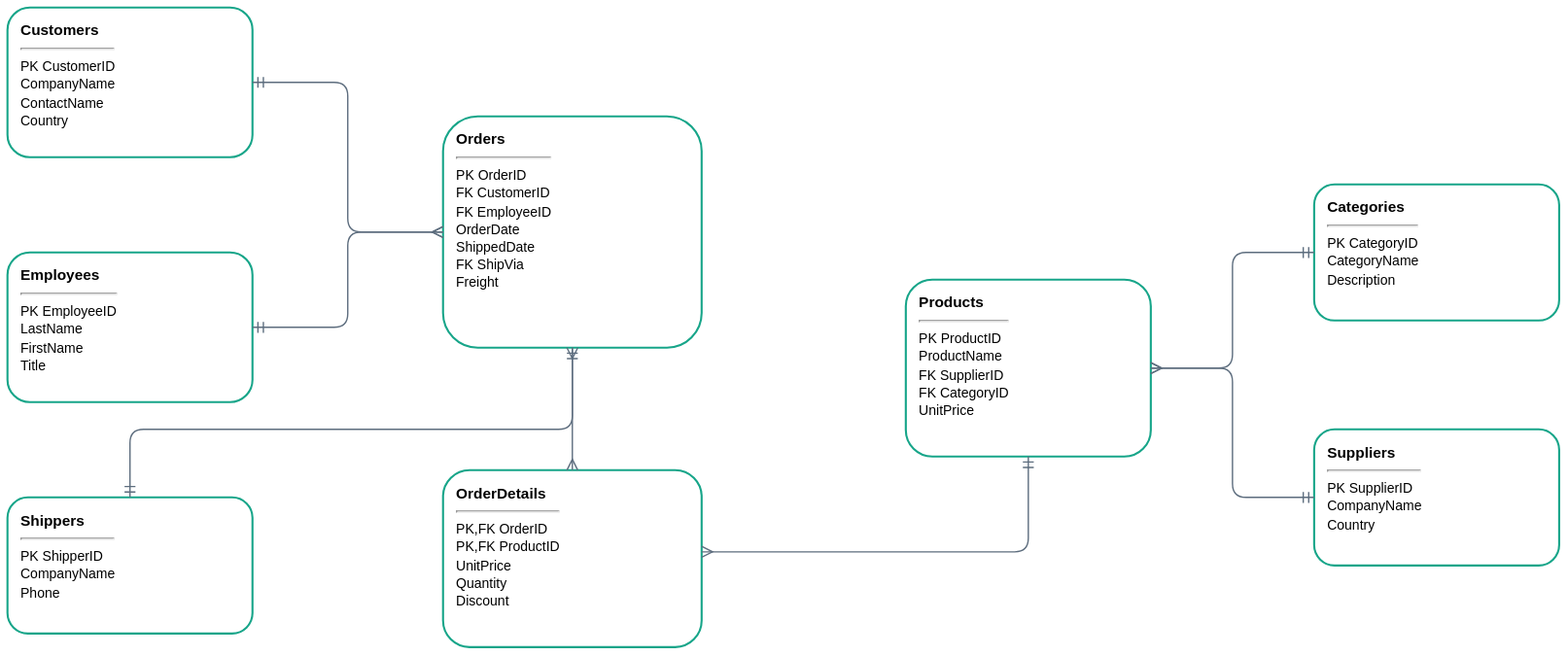
mmcodesso/Accounting_Analytics keeps this draw.io diagram as visuals/ch01/fig-01-04-northwind-er.svg. Above is the earlier version. Source tidied: cells renumbered, new cells last; positions are measured from the earlier drawing's top-left corner, leaving out a move shared by most shapes. The source it was exported from:
```xml
<mxGraphModel>
  <root>
    <mxCell id="0" />
    <mxCell id="1" parent="0" />
    <mxCell id="2" value="&lt;b&gt;Customers&lt;/b&gt;&lt;hr&gt;&lt;font style='font-size:10px'&gt;PK CustomerID&lt;br&gt;CompanyName&lt;br&gt;ContactName&lt;br&gt;Country&lt;/font&gt;" style="rounded=1;whiteSpace=wrap;html=1;fillColor=#FFFFFF;strokeColor=#17A589;strokeWidth=1.5;fontSize=11;fontFamily=Arial;align=left;spacingLeft=8;verticalAlign=top;spacingTop=4;" parent="1" vertex="1">
      <mxGeometry width="180" height="110" as="geometry" />
    </mxCell>
    <mxCell id="3" value="&lt;b&gt;Employees&lt;/b&gt;&lt;hr&gt;&lt;font style='font-size:10px'&gt;PK EmployeeID&lt;br&gt;LastName&lt;br&gt;FirstName&lt;br&gt;Title&lt;/font&gt;" style="rounded=1;whiteSpace=wrap;html=1;fillColor=#FFFFFF;strokeColor=#17A589;strokeWidth=1.5;fontSize=11;fontFamily=Arial;align=left;spacingLeft=8;verticalAlign=top;spacingTop=4;" parent="1" vertex="1">
      <mxGeometry y="180" width="180" height="110" as="geometry" />
    </mxCell>
    <mxCell id="4" value="&lt;b&gt;Shippers&lt;/b&gt;&lt;hr&gt;&lt;font style='font-size:10px'&gt;PK ShipperID&lt;br&gt;CompanyName&lt;br&gt;Phone&lt;/font&gt;" style="rounded=1;whiteSpace=wrap;html=1;fillColor=#FFFFFF;strokeColor=#17A589;strokeWidth=1.5;fontSize=11;fontFamily=Arial;align=left;spacingLeft=8;verticalAlign=top;spacingTop=4;" parent="1" vertex="1">
      <mxGeometry y="360" width="180" height="100" as="geometry" />
    </mxCell>
    <mxCell id="5" value="&lt;b&gt;Orders&lt;/b&gt;&lt;hr&gt;&lt;font style='font-size:10px'&gt;PK OrderID&lt;br&gt;FK CustomerID&lt;br&gt;FK EmployeeID&lt;br&gt;OrderDate&lt;br&gt;ShippedDate&lt;br&gt;FK ShipVia&lt;br&gt;Freight&lt;/font&gt;" style="rounded=1;whiteSpace=wrap;html=1;fillColor=#FFFFFF;strokeColor=#17A589;strokeWidth=1.5;fontSize=11;fontFamily=Arial;align=left;spacingLeft=8;verticalAlign=top;spacingTop=4;" parent="1" vertex="1">
      <mxGeometry x="320" y="80" width="190" height="170" as="geometry" />
    </mxCell>
    <mxCell id="6" value="&lt;b&gt;OrderDetails&lt;/b&gt;&lt;hr&gt;&lt;font style='font-size:10px'&gt;PK,FK OrderID&lt;br&gt;PK,FK ProductID&lt;br&gt;UnitPrice&lt;br&gt;Quantity&lt;br&gt;Discount&lt;/font&gt;" style="rounded=1;whiteSpace=wrap;html=1;fillColor=#FFFFFF;strokeColor=#17A589;strokeWidth=1.5;fontSize=11;fontFamily=Arial;align=left;spacingLeft=8;verticalAlign=top;spacingTop=4;" parent="1" vertex="1">
      <mxGeometry x="320" y="340" width="190" height="130" as="geometry" />
    </mxCell>
    <mxCell id="7" value="&lt;b&gt;Products&lt;/b&gt;&lt;hr&gt;&lt;font style='font-size:10px'&gt;PK ProductID&lt;br&gt;ProductName&lt;br&gt;FK SupplierID&lt;br&gt;FK CategoryID&lt;br&gt;UnitPrice&lt;/font&gt;" style="rounded=1;whiteSpace=wrap;html=1;fillColor=#FFFFFF;strokeColor=#17A589;strokeWidth=1.5;fontSize=11;fontFamily=Arial;align=left;spacingLeft=8;verticalAlign=top;spacingTop=4;" parent="1" vertex="1">
      <mxGeometry x="660" y="200" width="180" height="130" as="geometry" />
    </mxCell>
    <mxCell id="8" value="&lt;b&gt;Categories&lt;/b&gt;&lt;hr&gt;&lt;font style='font-size:10px'&gt;PK CategoryID&lt;br&gt;CategoryName&lt;br&gt;Description&lt;/font&gt;" style="rounded=1;whiteSpace=wrap;html=1;fillColor=#FFFFFF;strokeColor=#17A589;strokeWidth=1.5;fontSize=11;fontFamily=Arial;align=left;spacingLeft=8;verticalAlign=top;spacingTop=4;" parent="1" vertex="1">
      <mxGeometry x="960" y="130" width="180" height="100" as="geometry" />
    </mxCell>
    <mxCell id="9" value="&lt;b&gt;Suppliers&lt;/b&gt;&lt;hr&gt;&lt;font style='font-size:10px'&gt;PK SupplierID&lt;br&gt;CompanyName&lt;br&gt;Country&lt;/font&gt;" style="rounded=1;whiteSpace=wrap;html=1;fillColor=#FFFFFF;strokeColor=#17A589;strokeWidth=1.5;fontSize=11;fontFamily=Arial;align=left;spacingLeft=8;verticalAlign=top;spacingTop=4;" parent="1" vertex="1">
      <mxGeometry x="960" y="310" width="180" height="100" as="geometry" />
    </mxCell>
    <mxCell id="10" style="edgeStyle=orthogonalEdgeStyle;endArrow=ERmany;startArrow=ERmandOne;strokeColor=#5D6D7E;strokeWidth=1;" parent="1" edge="1" source="2" target="5">
      <mxGeometry relative="1" as="geometry" />
    </mxCell>
    <mxCell id="11" style="edgeStyle=orthogonalEdgeStyle;endArrow=ERmany;startArrow=ERmandOne;strokeColor=#5D6D7E;strokeWidth=1;" parent="1" edge="1" source="3" target="5">
      <mxGeometry relative="1" as="geometry" />
    </mxCell>
    <mxCell id="12" style="edgeStyle=orthogonalEdgeStyle;endArrow=ERmany;startArrow=ERmandOne;strokeColor=#5D6D7E;strokeWidth=1;" parent="1" edge="1" source="4" target="5">
      <mxGeometry relative="1" as="geometry">
        <Array as="points">
          <mxPoint x="90" y="310" />
          <mxPoint x="415" y="310" />
        </Array>
      </mxGeometry>
    </mxCell>
    <mxCell id="13" style="edgeStyle=orthogonalEdgeStyle;endArrow=ERmany;startArrow=ERmandOne;strokeColor=#5D6D7E;strokeWidth=1;" parent="1" edge="1" source="5" target="6">
      <mxGeometry relative="1" as="geometry" />
    </mxCell>
    <mxCell id="14" style="edgeStyle=orthogonalEdgeStyle;endArrow=ERmany;startArrow=ERmandOne;strokeColor=#5D6D7E;strokeWidth=1;" parent="1" edge="1" source="7" target="6">
      <mxGeometry relative="1" as="geometry">
        <Array as="points">
          <mxPoint x="750" y="400" />
        </Array>
      </mxGeometry>
    </mxCell>
    <mxCell id="15" style="edgeStyle=orthogonalEdgeStyle;endArrow=ERmany;startArrow=ERmandOne;strokeColor=#5D6D7E;strokeWidth=1;" parent="1" edge="1" source="8" target="7">
      <mxGeometry relative="1" as="geometry" />
    </mxCell>
    <mxCell id="16" style="edgeStyle=orthogonalEdgeStyle;endArrow=ERmany;startArrow=ERmandOne;strokeColor=#5D6D7E;strokeWidth=1;" parent="1" edge="1" source="9" target="7">
      <mxGeometry relative="1" as="geometry" />
    </mxCell>
  </root>
</mxGraphModel>
```
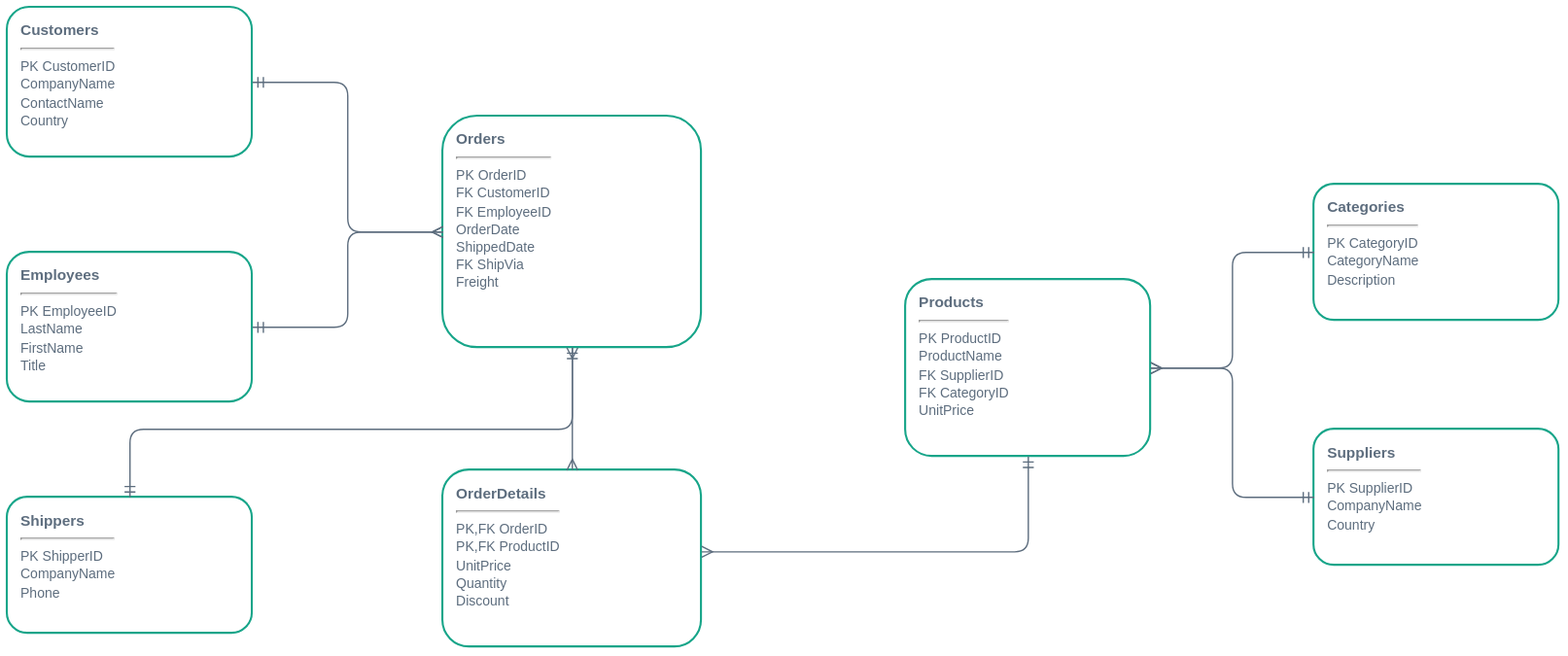
After the commit.

Commit message:
adjusted figures ch01

Change to the diagram source:
```diff
@@ -2,37 +2,37 @@
   <root>
     <mxCell id="0" />
     <mxCell id="1" parent="0" />
-    <mxCell id="2" value="&lt;b&gt;Customers&lt;/b&gt;&lt;hr&gt;&lt;font style='font-size:10px'&gt;PK CustomerID&lt;br&gt;CompanyName&lt;br&gt;ContactName&lt;br&gt;Country&lt;/font&gt;" style="rounded=1;whiteSpace=wrap;html=1;fillColor=#FFFFFF;strokeColor=#17A589;strokeWidth=1.5;fontSize=11;fontFamily=Arial;align=left;spacingLeft=8;verticalAlign=top;spacingTop=4;" parent="1" vertex="1">
+    <mxCell id="2" value="&lt;b&gt;Customers&lt;/b&gt;&lt;hr&gt;&lt;font style=&quot;font-size:10px&quot;&gt;PK CustomerID&lt;br&gt;CompanyName&lt;br&gt;ContactName&lt;br&gt;Country&lt;/font&gt;" style="rounded=1;whiteSpace=wrap;html=1;fillColor=#FFFFFF;strokeColor=#17A589;strokeWidth=1.5;fontSize=11;fontFamily=Arial;align=left;spacingLeft=8;verticalAlign=top;spacingTop=4;fontColor=#5D6D7E;" parent="1" vertex="1">
       <mxGeometry width="180" height="110" as="geometry" />
     </mxCell>
-    <mxCell id="3" value="&lt;b&gt;Employees&lt;/b&gt;&lt;hr&gt;&lt;font style='font-size:10px'&gt;PK EmployeeID&lt;br&gt;LastName&lt;br&gt;FirstName&lt;br&gt;Title&lt;/font&gt;" style="rounded=1;whiteSpace=wrap;html=1;fillColor=#FFFFFF;strokeColor=#17A589;strokeWidth=1.5;fontSize=11;fontFamily=Arial;align=left;spacingLeft=8;verticalAlign=top;spacingTop=4;" parent="1" vertex="1">
+    <mxCell id="3" value="&lt;b&gt;Employees&lt;/b&gt;&lt;hr&gt;&lt;font style=&quot;font-size:10px&quot;&gt;PK EmployeeID&lt;br&gt;LastName&lt;br&gt;FirstName&lt;br&gt;Title&lt;/font&gt;" style="rounded=1;whiteSpace=wrap;html=1;fillColor=#FFFFFF;strokeColor=#17A589;strokeWidth=1.5;fontSize=11;fontFamily=Arial;align=left;spacingLeft=8;verticalAlign=top;spacingTop=4;fontColor=#5D6D7E;" parent="1" vertex="1">
       <mxGeometry y="180" width="180" height="110" as="geometry" />
     </mxCell>
-    <mxCell id="4" value="&lt;b&gt;Shippers&lt;/b&gt;&lt;hr&gt;&lt;font style='font-size:10px'&gt;PK ShipperID&lt;br&gt;CompanyName&lt;br&gt;Phone&lt;/font&gt;" style="rounded=1;whiteSpace=wrap;html=1;fillColor=#FFFFFF;strokeColor=#17A589;strokeWidth=1.5;fontSize=11;fontFamily=Arial;align=left;spacingLeft=8;verticalAlign=top;spacingTop=4;" parent="1" vertex="1">
+    <mxCell id="4" value="&lt;b&gt;Shippers&lt;/b&gt;&lt;hr&gt;&lt;font style=&quot;font-size:10px&quot;&gt;PK ShipperID&lt;br&gt;CompanyName&lt;br&gt;Phone&lt;/font&gt;" style="rounded=1;whiteSpace=wrap;html=1;fillColor=#FFFFFF;strokeColor=#17A589;strokeWidth=1.5;fontSize=11;fontFamily=Arial;align=left;spacingLeft=8;verticalAlign=top;spacingTop=4;fontColor=#5D6D7E;" parent="1" vertex="1">
       <mxGeometry y="360" width="180" height="100" as="geometry" />
     </mxCell>
-    <mxCell id="5" value="&lt;b&gt;Orders&lt;/b&gt;&lt;hr&gt;&lt;font style='font-size:10px'&gt;PK OrderID&lt;br&gt;FK CustomerID&lt;br&gt;FK EmployeeID&lt;br&gt;OrderDate&lt;br&gt;ShippedDate&lt;br&gt;FK ShipVia&lt;br&gt;Freight&lt;/font&gt;" style="rounded=1;whiteSpace=wrap;html=1;fillColor=#FFFFFF;strokeColor=#17A589;strokeWidth=1.5;fontSize=11;fontFamily=Arial;align=left;spacingLeft=8;verticalAlign=top;spacingTop=4;" parent="1" vertex="1">
+    <mxCell id="5" value="&lt;b&gt;Orders&lt;/b&gt;&lt;hr&gt;&lt;font style=&quot;font-size:10px&quot;&gt;PK OrderID&lt;br&gt;FK CustomerID&lt;br&gt;FK EmployeeID&lt;br&gt;OrderDate&lt;br&gt;ShippedDate&lt;br&gt;FK ShipVia&lt;br&gt;Freight&lt;/font&gt;" style="rounded=1;whiteSpace=wrap;html=1;fillColor=#FFFFFF;strokeColor=#17A589;strokeWidth=1.5;fontSize=11;fontFamily=Arial;align=left;spacingLeft=8;verticalAlign=top;spacingTop=4;fontColor=#5D6D7E;" parent="1" vertex="1">
       <mxGeometry x="320" y="80" width="190" height="170" as="geometry" />
     </mxCell>
-    <mxCell id="6" value="&lt;b&gt;OrderDetails&lt;/b&gt;&lt;hr&gt;&lt;font style='font-size:10px'&gt;PK,FK OrderID&lt;br&gt;PK,FK ProductID&lt;br&gt;UnitPrice&lt;br&gt;Quantity&lt;br&gt;Discount&lt;/font&gt;" style="rounded=1;whiteSpace=wrap;html=1;fillColor=#FFFFFF;strokeColor=#17A589;strokeWidth=1.5;fontSize=11;fontFamily=Arial;align=left;spacingLeft=8;verticalAlign=top;spacingTop=4;" parent="1" vertex="1">
+    <mxCell id="6" value="&lt;b&gt;OrderDetails&lt;/b&gt;&lt;hr&gt;&lt;font style=&quot;font-size:10px&quot;&gt;PK,FK OrderID&lt;br&gt;PK,FK ProductID&lt;br&gt;UnitPrice&lt;br&gt;Quantity&lt;br&gt;Discount&lt;/font&gt;" style="rounded=1;whiteSpace=wrap;html=1;fillColor=#FFFFFF;strokeColor=#17A589;strokeWidth=1.5;fontSize=11;fontFamily=Arial;align=left;spacingLeft=8;verticalAlign=top;spacingTop=4;fontColor=#5D6D7E;" parent="1" vertex="1">
       <mxGeometry x="320" y="340" width="190" height="130" as="geometry" />
     </mxCell>
-    <mxCell id="7" value="&lt;b&gt;Products&lt;/b&gt;&lt;hr&gt;&lt;font style='font-size:10px'&gt;PK ProductID&lt;br&gt;ProductName&lt;br&gt;FK SupplierID&lt;br&gt;FK CategoryID&lt;br&gt;UnitPrice&lt;/font&gt;" style="rounded=1;whiteSpace=wrap;html=1;fillColor=#FFFFFF;strokeColor=#17A589;strokeWidth=1.5;fontSize=11;fontFamily=Arial;align=left;spacingLeft=8;verticalAlign=top;spacingTop=4;" parent="1" vertex="1">
+    <mxCell id="7" value="&lt;b&gt;Products&lt;/b&gt;&lt;hr&gt;&lt;font style=&quot;font-size:10px&quot;&gt;PK ProductID&lt;br&gt;ProductName&lt;br&gt;FK SupplierID&lt;br&gt;FK CategoryID&lt;br&gt;UnitPrice&lt;/font&gt;" style="rounded=1;whiteSpace=wrap;html=1;fillColor=#FFFFFF;strokeColor=#17A589;strokeWidth=1.5;fontSize=11;fontFamily=Arial;align=left;spacingLeft=8;verticalAlign=top;spacingTop=4;fontColor=#5D6D7E;" parent="1" vertex="1">
       <mxGeometry x="660" y="200" width="180" height="130" as="geometry" />
     </mxCell>
-    <mxCell id="8" value="&lt;b&gt;Categories&lt;/b&gt;&lt;hr&gt;&lt;font style='font-size:10px'&gt;PK CategoryID&lt;br&gt;CategoryName&lt;br&gt;Description&lt;/font&gt;" style="rounded=1;whiteSpace=wrap;html=1;fillColor=#FFFFFF;strokeColor=#17A589;strokeWidth=1.5;fontSize=11;fontFamily=Arial;align=left;spacingLeft=8;verticalAlign=top;spacingTop=4;" parent="1" vertex="1">
+    <mxCell id="8" value="&lt;b&gt;Categories&lt;/b&gt;&lt;hr&gt;&lt;font style=&quot;font-size:10px&quot;&gt;PK CategoryID&lt;br&gt;CategoryName&lt;br&gt;Description&lt;/font&gt;" style="rounded=1;whiteSpace=wrap;html=1;fillColor=#FFFFFF;strokeColor=#17A589;strokeWidth=1.5;fontSize=11;fontFamily=Arial;align=left;spacingLeft=8;verticalAlign=top;spacingTop=4;fontColor=#5D6D7E;" parent="1" vertex="1">
       <mxGeometry x="960" y="130" width="180" height="100" as="geometry" />
     </mxCell>
-    <mxCell id="9" value="&lt;b&gt;Suppliers&lt;/b&gt;&lt;hr&gt;&lt;font style='font-size:10px'&gt;PK SupplierID&lt;br&gt;CompanyName&lt;br&gt;Country&lt;/font&gt;" style="rounded=1;whiteSpace=wrap;html=1;fillColor=#FFFFFF;strokeColor=#17A589;strokeWidth=1.5;fontSize=11;fontFamily=Arial;align=left;spacingLeft=8;verticalAlign=top;spacingTop=4;" parent="1" vertex="1">
+    <mxCell id="9" value="&lt;b&gt;Suppliers&lt;/b&gt;&lt;hr&gt;&lt;font style=&quot;font-size:10px&quot;&gt;PK SupplierID&lt;br&gt;CompanyName&lt;br&gt;Country&lt;/font&gt;" style="rounded=1;whiteSpace=wrap;html=1;fillColor=#FFFFFF;strokeColor=#17A589;strokeWidth=1.5;fontSize=11;fontFamily=Arial;align=left;spacingLeft=8;verticalAlign=top;spacingTop=4;fontColor=#5D6D7E;" parent="1" vertex="1">
       <mxGeometry x="960" y="310" width="180" height="100" as="geometry" />
     </mxCell>
-    <mxCell id="10" style="edgeStyle=orthogonalEdgeStyle;endArrow=ERmany;startArrow=ERmandOne;strokeColor=#5D6D7E;strokeWidth=1;" parent="1" edge="1" source="2" target="5">
+    <mxCell id="10" style="edgeStyle=orthogonalEdgeStyle;endArrow=ERmany;startArrow=ERmandOne;strokeColor=#5D6D7E;strokeWidth=1;fontColor=#5D6D7E;" parent="1" edge="1" source="2" target="5">
       <mxGeometry relative="1" as="geometry" />
     </mxCell>
-    <mxCell id="11" style="edgeStyle=orthogonalEdgeStyle;endArrow=ERmany;startArrow=ERmandOne;strokeColor=#5D6D7E;strokeWidth=1;" parent="1" edge="1" source="3" target="5">
+    <mxCell id="11" style="edgeStyle=orthogonalEdgeStyle;endArrow=ERmany;startArrow=ERmandOne;strokeColor=#5D6D7E;strokeWidth=1;fontColor=#5D6D7E;" parent="1" edge="1" source="3" target="5">
       <mxGeometry relative="1" as="geometry" />
     </mxCell>
-    <mxCell id="12" style="edgeStyle=orthogonalEdgeStyle;endArrow=ERmany;startArrow=ERmandOne;strokeColor=#5D6D7E;strokeWidth=1;" parent="1" edge="1" source="4" target="5">
+    <mxCell id="12" style="edgeStyle=orthogonalEdgeStyle;endArrow=ERmany;startArrow=ERmandOne;strokeColor=#5D6D7E;strokeWidth=1;fontColor=#5D6D7E;" parent="1" edge="1" source="4" target="5">
       <mxGeometry relative="1" as="geometry">
         <Array as="points">
           <mxPoint x="90" y="310" />
@@ -40,20 +40,20 @@
         </Array>
       </mxGeometry>
     </mxCell>
-    <mxCell id="13" style="edgeStyle=orthogonalEdgeStyle;endArrow=ERmany;startArrow=ERmandOne;strokeColor=#5D6D7E;strokeWidth=1;" parent="1" edge="1" source="5" target="6">
+    <mxCell id="13" style="edgeStyle=orthogonalEdgeStyle;endArrow=ERmany;startArrow=ERmandOne;strokeColor=#5D6D7E;strokeWidth=1;fontColor=#5D6D7E;" parent="1" edge="1" source="5" target="6">
       <mxGeometry relative="1" as="geometry" />
     </mxCell>
-    <mxCell id="14" style="edgeStyle=orthogonalEdgeStyle;endArrow=ERmany;startArrow=ERmandOne;strokeColor=#5D6D7E;strokeWidth=1;" parent="1" edge="1" source="7" target="6">
+    <mxCell id="14" style="edgeStyle=orthogonalEdgeStyle;endArrow=ERmany;startArrow=ERmandOne;strokeColor=#5D6D7E;strokeWidth=1;fontColor=#5D6D7E;" parent="1" edge="1" source="7" target="6">
       <mxGeometry relative="1" as="geometry">
         <Array as="points">
           <mxPoint x="750" y="400" />
         </Array>
       </mxGeometry>
     </mxCell>
-    <mxCell id="15" style="edgeStyle=orthogonalEdgeStyle;endArrow=ERmany;startArrow=ERmandOne;strokeColor=#5D6D7E;strokeWidth=1;" parent="1" edge="1" source="8" target="7">
+    <mxCell id="15" style="edgeStyle=orthogonalEdgeStyle;endArrow=ERmany;startArrow=ERmandOne;strokeColor=#5D6D7E;strokeWidth=1;fontColor=#5D6D7E;" parent="1" edge="1" source="8" target="7">
       <mxGeometry relative="1" as="geometry" />
     </mxCell>
-    <mxCell id="16" style="edgeStyle=orthogonalEdgeStyle;endArrow=ERmany;startArrow=ERmandOne;strokeColor=#5D6D7E;strokeWidth=1;" parent="1" edge="1" source="9" target="7">
+    <mxCell id="16" style="edgeStyle=orthogonalEdgeStyle;endArrow=ERmany;startArrow=ERmandOne;strokeColor=#5D6D7E;strokeWidth=1;fontColor=#5D6D7E;" parent="1" edge="1" source="9" target="7">
       <mxGeometry relative="1" as="geometry" />
     </mxCell>
   </root>
```
